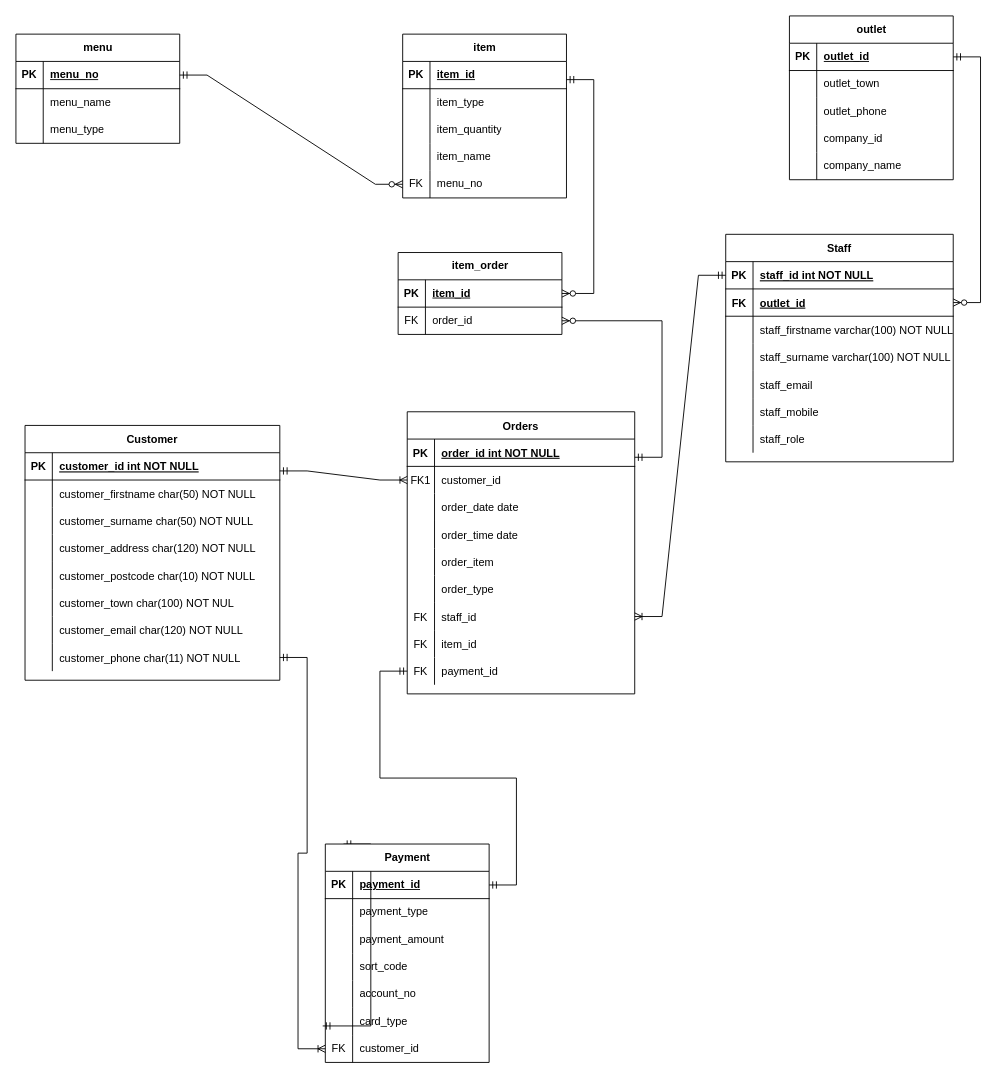
Before: BurgerDiagram.drawio in AmiShot/DatabaseProject, a draw.io diagram. Source tidied: cells renumbered, new cells numbered last; positions are measured from the earlier drawing's top-left corner, leaving out a move shared by most shapes. Both pictures are drawn from the tidied source at 91%, with x=0, y=0 at pixel (15, 15).
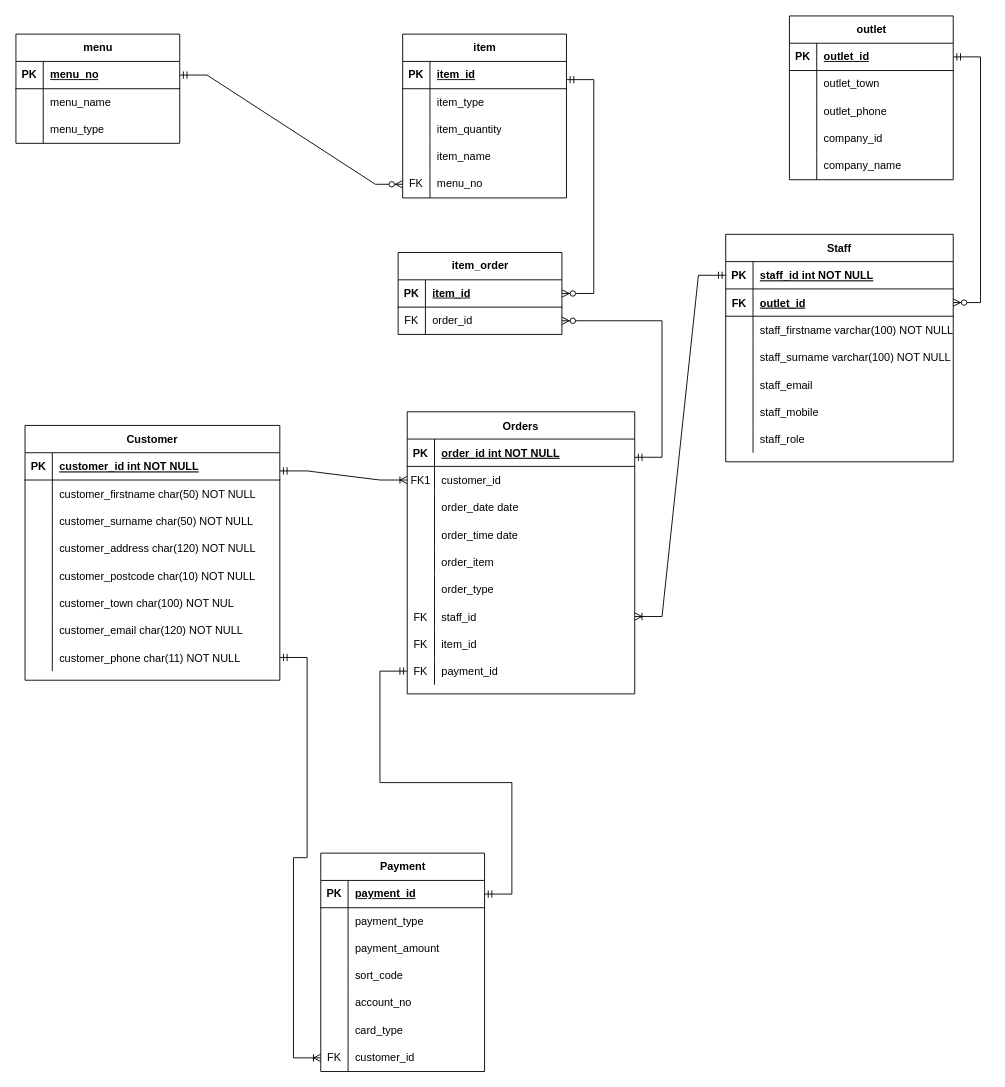
After the change.

Diff of the diagram source:
```diff
@@
-    <mxCell id="136" style="edgeStyle=entityRelationEdgeStyle;fontSize=12;html=1;endArrow=ERmandOne;startArrow=ERmandOne;rounded=0;entryX=-0.016;entryY=0.833;entryDx=0;entryDy=0;entryPerimeter=0;" parent="1" edge="1" target="137">
-      <mxGeometry relative="1" as="geometry">
-        <mxPoint x="360" y="910" as="sourcePoint" />
-        <Array as="points">
-          <mxPoint x="470" y="880" />
-        </Array>
-      </mxGeometry>
-    </mxCell>
     <mxCell id="137" value="Payment" style="shape=table;startSize=30;childLayout=tableLayout;rowLines=0;fontStyle=1;align=center;html=1;" parent="1" vertex="1">
-      <mxGeometry x="340" y="910" width="180" height="240" as="geometry" />
+      <mxGeometry x="335" y="920" width="180" height="240" as="geometry" />
     </mxCell>
```
